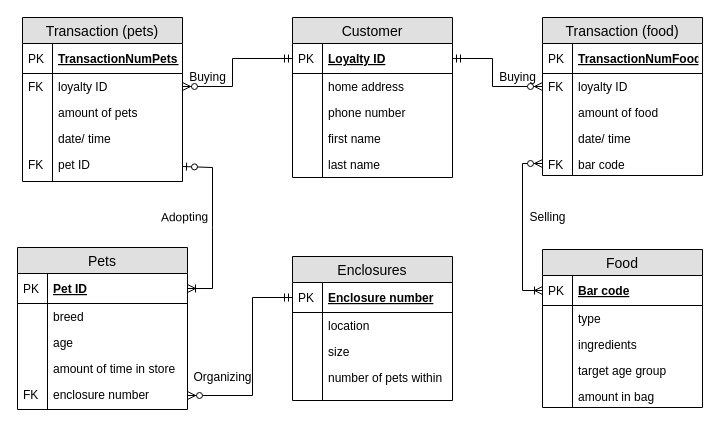
Above: PetShop.drawio in hek5118/IST-210 (draw.io), before the change. Source tidied: cells renumbered, new cells numbered last; positions are measured from the earlier drawing's top-left corner, leaving out a move shared by most shapes. Both pictures are drawn from the tidied source at 100%, with x=0, y=0 at pixel (17, 17).
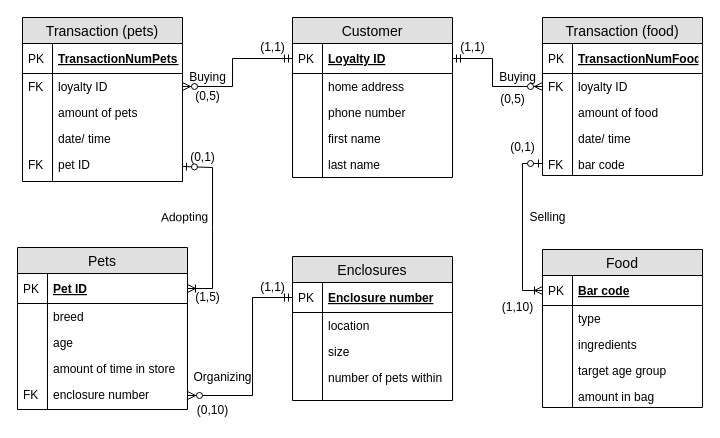
The same page after the edit.

Unchanged cells that the change refers to:
```xml
<mxCell id="25" value="Bar code" style="shape=partialRectangle;top=0;left=0;right=0;bottom=1;align=left;verticalAlign=middle;fillColor=none;spacingLeft=34;spacingRight=4;overflow=hidden;points=[[0,0.5],[1,0.5]];portConstraint=eastwest;fontStyle=5;fontSize=12;" parent="24" vertex="1">
  <mxGeometry y="26" width="160" height="30" as="geometry" />
</mxCell>
<mxCell id="68" value="bar code" style="shape=partialRectangle;top=0;left=0;right=0;bottom=0;align=left;verticalAlign=top;fillColor=none;spacingLeft=34;spacingRight=4;overflow=hidden;points=[[0,0.5],[1,0.5]];portConstraint=eastwest;fontSize=12;" parent="59" vertex="1">
  <mxGeometry y="134" width="160" height="24" as="geometry" />
</mxCell>
```

Change to the diagram source:
```diff
@@
-    <mxCell id="71" style="endArrow=ERoneToMany;html=1;exitX=0;exitY=0.5;exitDx=0;exitDy=0;entryX=0;entryY=0.5;entryDx=0;entryDy=0;rounded=0;endFill=0;startArrow=ERzeroToMany;startFill=1;" parent="1" edge="1" source="68" target="25">
+    <mxCell id="71" style="endArrow=ERoneToMany;html=1;exitX=0;exitY=0.5;exitDx=0;exitDy=0;entryX=0;entryY=0.5;entryDx=0;entryDy=0;rounded=0;endFill=0;startArrow=ERzeroToOne;startFill=1;" parent="1" edge="1" source="68" target="25">
       <mxGeometry relative="1" as="geometry">
         <Array as="points">
           <mxPoint x="505" y="146" />
           <mxPoint x="505" y="273" />
         </Array>
       </mxGeometry>
     </mxCell>
@@
+    <mxCell id="78" value="(1,1)" style="text;html=1;align=center;verticalAlign=middle;" parent="1" vertex="1">
+      <mxGeometry x="235" y="20" width="40" height="20" as="geometry" />
+    </mxCell>
+    <mxCell id="79" value="(1,1)" style="text;html=1;align=center;verticalAlign=middle;" parent="1" vertex="1">
+      <mxGeometry x="435" y="20" width="40" height="20" as="geometry" />
+    </mxCell>
+    <mxCell id="80" value="(0,5)" style="text;html=1;align=center;verticalAlign=middle;" parent="1" vertex="1">
+      <mxGeometry x="170" y="69" width="40" height="20" as="geometry" />
+    </mxCell>
+    <mxCell id="81" value="(0,5)" style="text;html=1;align=center;verticalAlign=middle;" parent="1" vertex="1">
+      <mxGeometry x="475" y="72" width="40" height="20" as="geometry" />
+    </mxCell>
+    <mxCell id="82" value="(0,1)" style="text;html=1;align=center;verticalAlign=middle;" parent="1" vertex="1">
+      <mxGeometry x="165" y="130" width="40" height="20" as="geometry" />
+    </mxCell>
+    <mxCell id="83" value="(1,5)" style="text;html=1;align=center;verticalAlign=middle;" parent="1" vertex="1">
+      <mxGeometry x="170" y="270" width="40" height="20" as="geometry" />
+    </mxCell>
+    <mxCell id="84" value="(0,1)" style="text;html=1;align=center;verticalAlign=middle;" parent="1" vertex="1">
+      <mxGeometry x="485" y="120" width="40" height="20" as="geometry" />
+    </mxCell>
+    <mxCell id="85" value="(1,10)" style="text;html=1;align=center;verticalAlign=middle;" parent="1" vertex="1">
+      <mxGeometry x="475" y="280" width="50" height="20" as="geometry" />
+    </mxCell>
+    <mxCell id="86" value="(0,10)" style="text;html=1;align=center;verticalAlign=middle;" parent="1" vertex="1">
+      <mxGeometry x="170" y="383" width="50" height="20" as="geometry" />
+    </mxCell>
+    <mxCell id="87" value="(1,1)" style="text;html=1;align=center;verticalAlign=middle;" parent="1" vertex="1">
+      <mxGeometry x="235" y="260" width="40" height="20" as="geometry" />
+    </mxCell>
```
